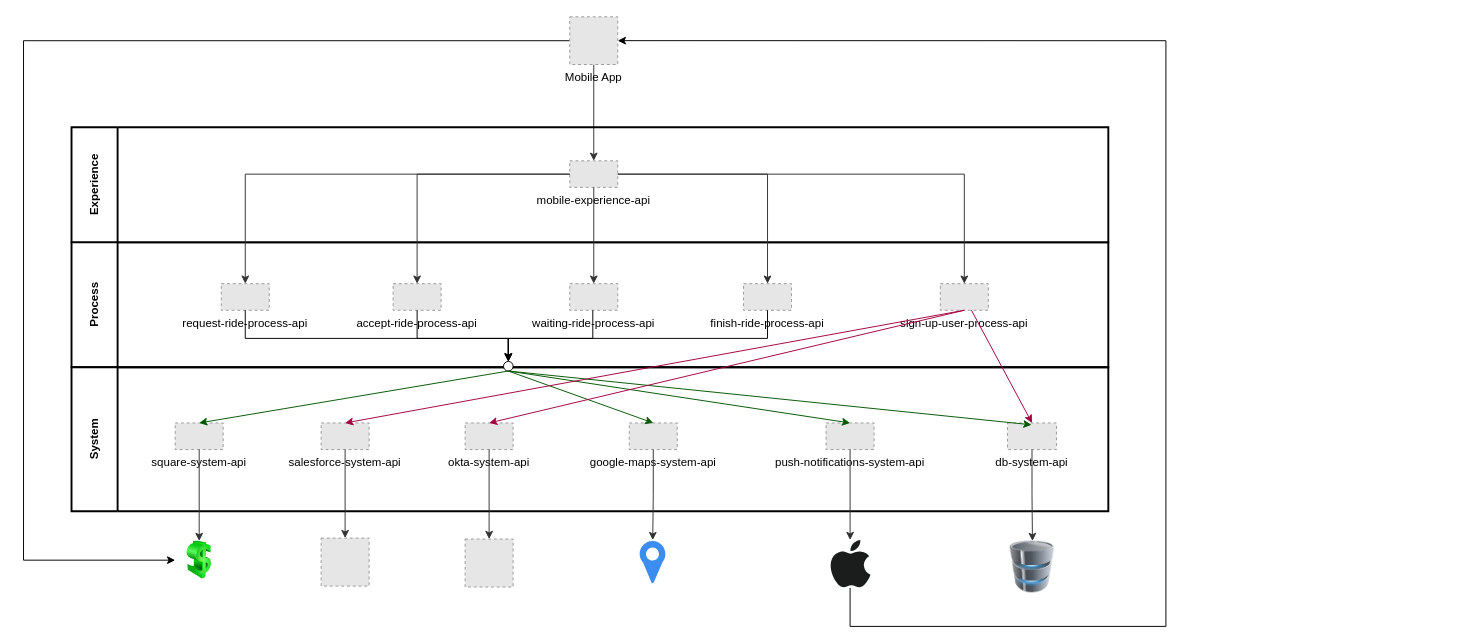
This is architecture/diagrams/api-led/ride-express-api-led.drawio from RideXpress/docs, a draw.io file, before an edit. Source tidied: cells renumbered, new cells numbered last; positions are measured from the earlier drawing's top-left corner, leaving out a move shared by most shapes. Both pictures are drawn from the tidied source at 96%, with x=0, y=0 at pixel (23, 16). Pictures stored in the file or linked from it are replaced by grey dashed boxes.
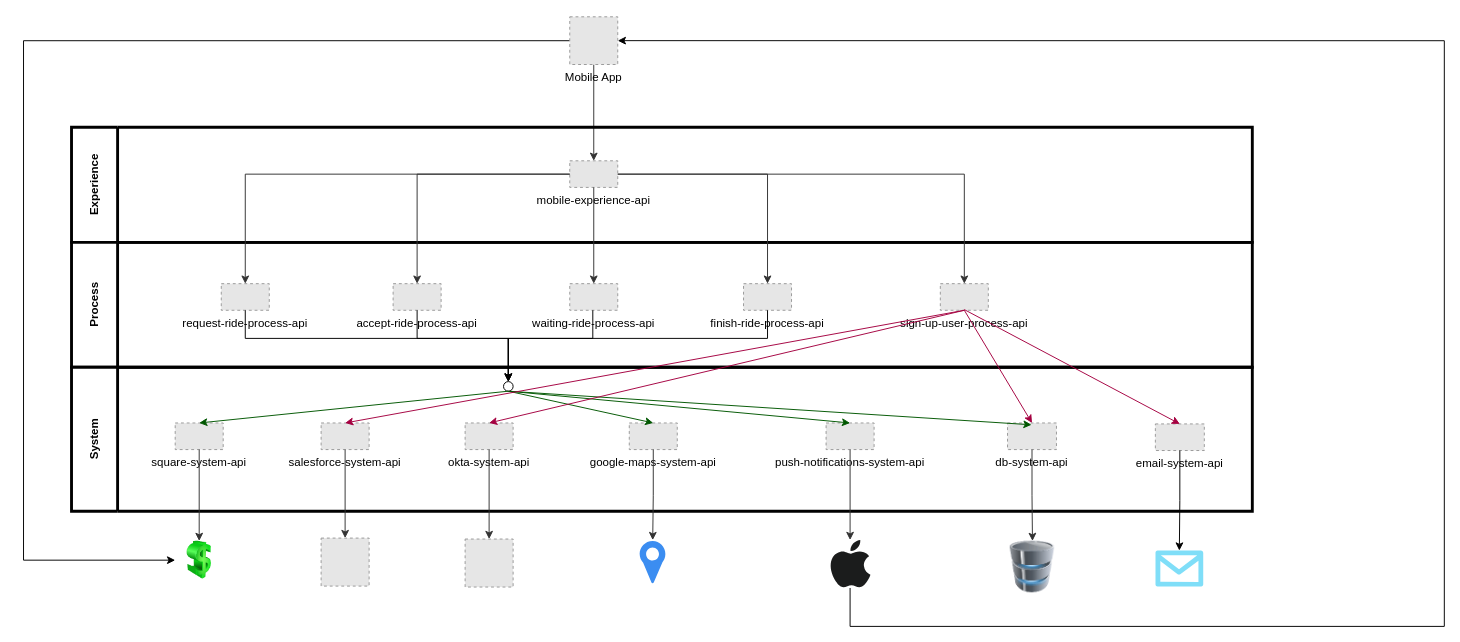
After the change.

Commit message:
Adding email system api

The change refers to these unchanged cells:
```xml
<mxCell id="4" value="Mobile App" style="fillColor=#E6E6E6;strokeColor=#999999;dashed=1;verticalLabelPosition=bottom;verticalAlign=top;" parent="1" vertex="1">
  <mxGeometry x="569" width="50" height="49.7" as="geometry" />
</mxCell>
<mxCell id="13" value="sign-up-user-process-api" style="fillColor=#E6E6E6;strokeColor=#999999;dashed=1;verticalLabelPosition=bottom;verticalAlign=top;" parent="8" vertex="1">
  <mxGeometry x="905" y="43" width="50" height="27.7" as="geometry" />
</mxCell>
<mxCell id="22" value="db-system-api" style="fillColor=#E6E6E6;strokeColor=#999999;dashed=1;verticalLabelPosition=bottom;verticalAlign=top;" parent="14" vertex="1">
  <mxGeometry x="975" y="58.1" width="51" height="27.7" as="geometry" />
</mxCell>
<mxCell id="32" style="dashed=0;outlineConnect=0;html=1;align=center;labelPosition=center;verticalLabelPosition=bottom;verticalAlign=top;shape=mxgraph.weblogos.apple;fillColor=#1B1C1C;strokeColor=none;" parent="1" vertex="1">
  <mxGeometry x="839.8" y="545" width="42.4" height="50" as="geometry" />
</mxCell>
```

Change to the diagram source:
```diff
@@
-    <mxCell id="6" value="Experience" style="swimlane;horizontal=0;whiteSpace=wrap;html=1;startSize=48;strokeWidth=2;" parent="1" vertex="1">
-      <mxGeometry x="50" y="115" width="1080" height="120" as="geometry" />
+    <mxCell id="6" value="Experience" style="swimlane;horizontal=0;whiteSpace=wrap;html=1;startSize=48;strokeWidth=3;" parent="1" vertex="1">
+      <mxGeometry x="50" y="115" width="1230" height="120" as="geometry" />
     </mxCell>
@@
-    <mxCell id="8" value="Process" style="swimlane;horizontal=0;whiteSpace=wrap;html=1;startSize=48;strokeWidth=2;" parent="1" vertex="1">
-      <mxGeometry x="50" y="235" width="1080" height="130" as="geometry" />
+    <mxCell id="8" value="Process" style="swimlane;horizontal=0;whiteSpace=wrap;html=1;startSize=48;strokeWidth=3;" parent="1" vertex="1">
+      <mxGeometry x="50" y="235" width="1230" height="130" as="geometry" />
     </mxCell>
@@
-    <mxCell id="14" value="System" style="swimlane;horizontal=0;whiteSpace=wrap;html=1;startSize=48;strokeWidth=2;" parent="1" vertex="1">
-      <mxGeometry x="50" y="365" width="1080" height="150" as="geometry" />
+    <mxCell id="14" value="System" style="swimlane;horizontal=0;whiteSpace=wrap;html=1;startSize=48;strokeWidth=3;" parent="1" vertex="1">
+      <mxGeometry x="50" y="365" width="1230" height="150" as="geometry" />
     </mxCell>
@@
     <mxCell id="25" style="ellipse;whiteSpace=wrap;html=1;" parent="14" vertex="1">
-      <mxGeometry x="450" y="-6" width="10" height="10" as="geometry" />
+      <mxGeometry x="450" y="15" width="10" height="10" as="geometry" />
     </mxCell>
@@
     <mxCell id="31" style="edgeStyle=orthogonalEdgeStyle;rounded=0;jettySize=auto;html=1;entryX=1;entryY=0.5;entryDx=0;entryDy=0;" parent="1" edge="1" source="32" target="4">
       <mxGeometry relative="1" as="geometry">
         <Array as="points">
           <mxPoint x="861" y="635" />
-          <mxPoint x="1190" y="635" />
-          <mxPoint x="1190" y="25" />
+          <mxPoint x="1480" y="635" />
+          <mxPoint x="1480" y="25" />
         </Array>
       </mxGeometry>
     </mxCell>
@@
-    <mxCell id="43" style="rounded=0;jettySize=auto;html=1;entryX=0.5;entryY=0;entryDx=0;entryDy=0;strokeColor=#A50040;strokeWidth=1;fillColor=#d80073;" parent="1" edge="1" source="13" target="22">
+    <mxCell id="43" style="rounded=0;jettySize=auto;html=1;entryX=0.5;entryY=0;entryDx=0;entryDy=0;strokeColor=#A50040;strokeWidth=1;fillColor=#d80073;exitX=0.5;exitY=1;exitDx=0;exitDy=0;" parent="1" edge="1" source="13" target="22">
       <mxGeometry relative="1" as="geometry" />
     </mxCell>
@@
+    <mxCell id="50" style="verticalLabelPosition=bottom;html=1;verticalAlign=top;align=center;strokeColor=none;fillColor=#00BEF2;shape=mxgraph.azure.message;" parent="1" vertex="1">
+      <mxGeometry x="1179" y="556" width="50" height="37.5" as="geometry" />
+    </mxCell>
+    <mxCell id="51" value="email-system-api" style="fillColor=#E6E6E6;strokeColor=#999999;dashed=1;verticalLabelPosition=bottom;verticalAlign=top;" parent="1" vertex="1">
+      <mxGeometry x="1179" y="424.1" width="51" height="27.7" as="geometry" />
+    </mxCell>
+    <mxCell id="52" style="edgeStyle=orthogonalEdgeStyle;rounded=0;jettySize=auto;html=1;entryX=0.5;entryY=0;entryDx=0;entryDy=0;entryPerimeter=0;" parent="1" edge="1" source="51" target="50">
+      <mxGeometry relative="1" as="geometry" />
+    </mxCell>
+    <mxCell id="53" style="rounded=0;jettySize=auto;html=1;entryX=0.5;entryY=0;entryDx=0;entryDy=0;fillColor=#d80073;strokeColor=#A50040;" parent="1" edge="1" target="51">
+      <mxGeometry relative="1" as="geometry">
+        <mxPoint x="980" y="305" as="sourcePoint" />
+      </mxGeometry>
+    </mxCell>
```
